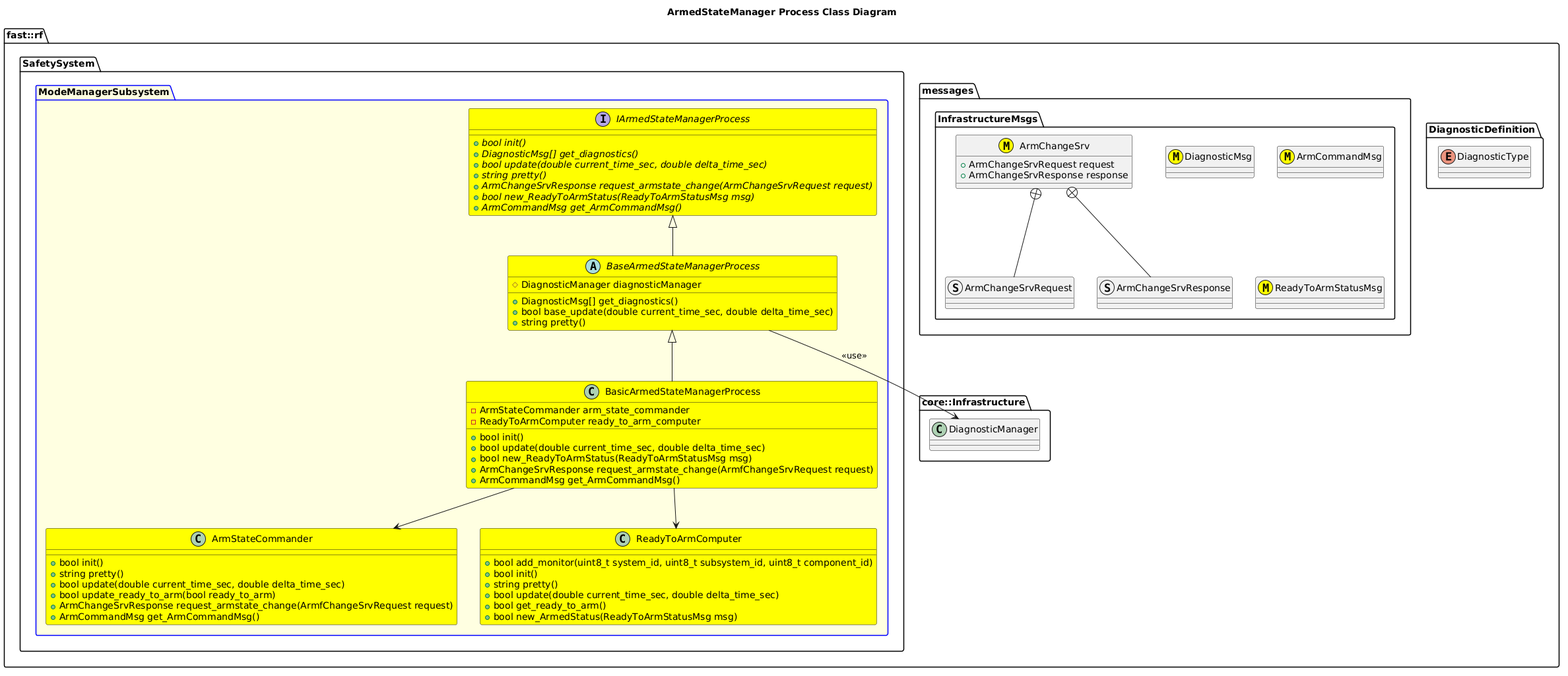
Before: Systems/Safety/Subsystems/ModeManager/Processes/ArmedStateManager/doc/ProcessImplementations/puml/BasicArmedStateManagerClassDiagram.png, a diagram exported from PlantUML (fastrobotics/robot_framework).
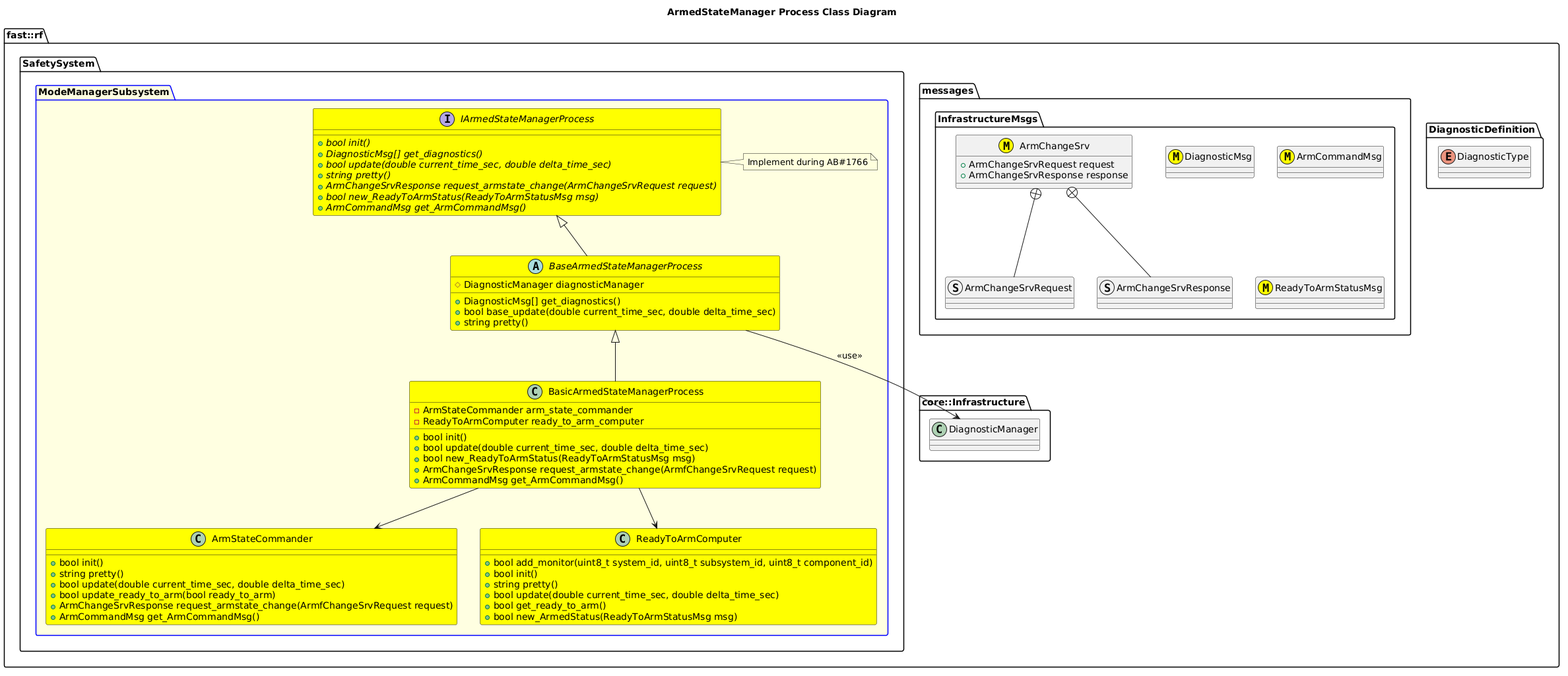
Above is the later version.

What changed in the source:
```diff
@@ -35,6 +35,9 @@
           +{abstract} ArmCommandMsg get_ArmCommandMsg()
 
         }
+        note right of IArmedStateManagerProcess
+        Implement during AB#1766
+        end note
         abstract BaseArmedStateManagerProcess #Yellow {
           +DiagnosticMsg[] get_diagnostics()
           +bool base_update(double current_time_sec, double delta_time_sec)
```
